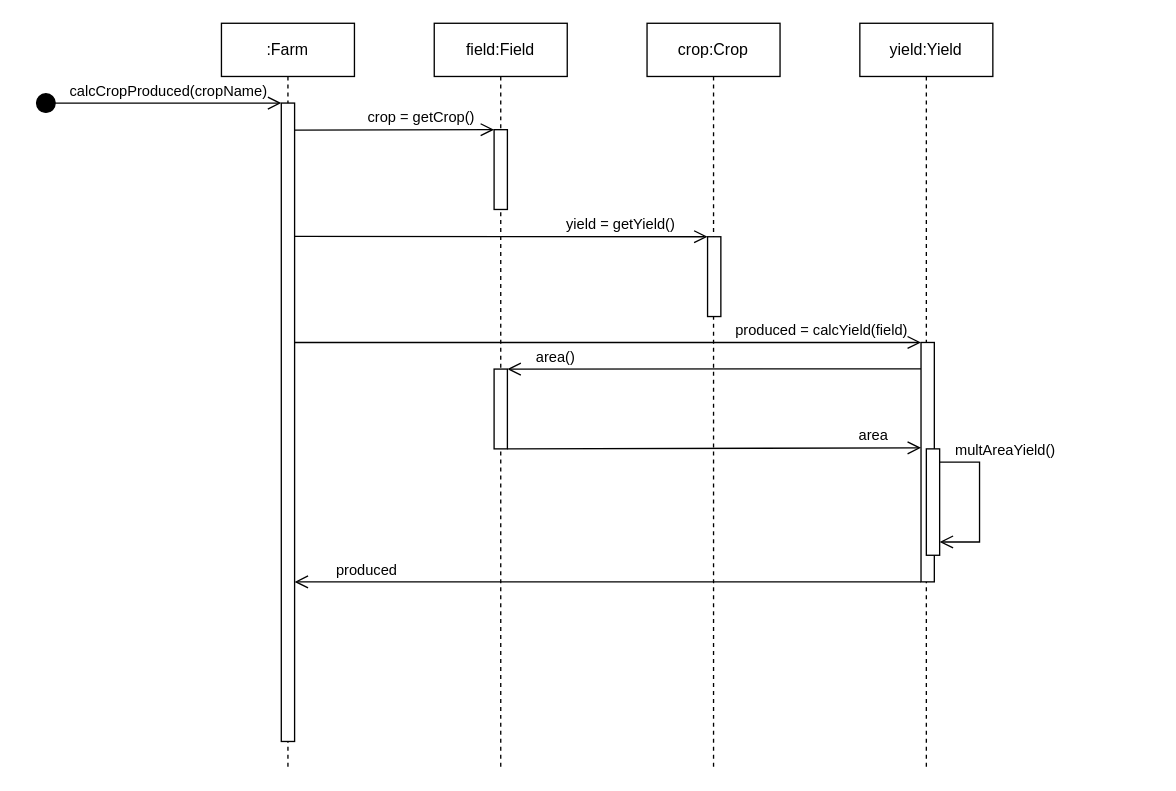
Above: page "CalcYield Sequence Diagram" (4 of 5) of Farm.drawio in ezratkim/CISC210draw.io (draw.io), before the change. Source tidied: cells renumbered, new cells numbered last; positions are measured from the earlier drawing's top-left corner, leaving out a move shared by most shapes. Both pictures are drawn from the tidied source at 133%, with x=0, y=0 at pixel (35, 23).
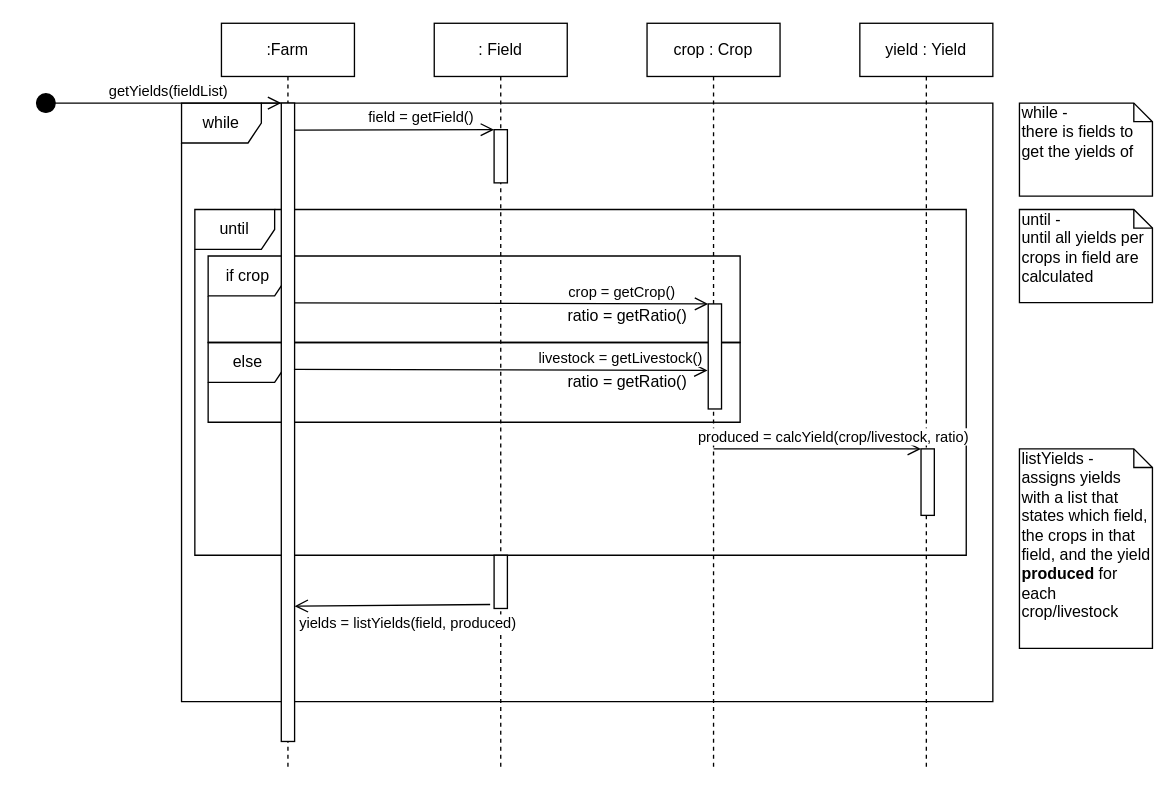
The same page after the edit.

The change refers to these unchanged cells:
```xml
<mxCell id="4" style="html=1;points=[];perimeter=orthogonalPerimeter;" parent="3" vertex="1">
  <mxGeometry x="45" y="60" width="10" height="480" as="geometry" />
</mxCell>
```

The edit, as a diff of the source:
```diff
@@
+    <mxCell id="20" value="while" style="shape=umlFrame;whiteSpace=wrap;html=1;" parent="1" vertex="1">
+      <mxGeometry x="110" y="60" width="610" height="450" as="geometry" />
+    </mxCell>
+    <mxCell id="21" value="until" style="shape=umlFrame;whiteSpace=wrap;html=1;" parent="1" vertex="1">
+      <mxGeometry x="120" y="140" width="580" height="260" as="geometry" />
+    </mxCell>
+    <mxCell id="22" value="else" style="shape=umlFrame;whiteSpace=wrap;html=1;" parent="1" vertex="1">
+      <mxGeometry x="130" y="240" width="400" height="60" as="geometry" />
+    </mxCell>
+    <mxCell id="23" value="if crop" style="shape=umlFrame;whiteSpace=wrap;html=1;" parent="1" vertex="1">
+      <mxGeometry x="130" y="175" width="400" height="65" as="geometry" />
+    </mxCell>
-    <mxCell id="2" value="calcCropProduced(cropName)" style="html=1;verticalAlign=bottom;startArrow=circle;startFill=1;endArrow=open;startSize=6;endSize=8;entryX=0;entryY=0;entryDx=0;entryDy=0;entryPerimeter=0;" parent="1" edge="1" target="4">
+    <mxCell id="2" value="getYields(fieldList)" style="html=1;verticalAlign=bottom;startArrow=circle;startFill=1;endArrow=open;startSize=6;endSize=8;entryX=0;entryY=0;entryDx=0;entryDy=0;entryPerimeter=0;" parent="1" edge="1" target="4">
       <mxGeometry x="0.08" relative="1" as="geometry">
         <mxPoint y="60" as="sourcePoint" />
       </mxGeometry>
     </mxCell>
@@
-    <mxCell id="5" value="crop = getCrop()" style="html=1;verticalAlign=bottom;endArrow=open;exitX=1;exitY=0.0425;exitDx=0;exitDy=0;exitPerimeter=0;endFill=0;endSize=8;entryX=0;entryY=0;entryDx=0;entryDy=0;entryPerimeter=0;" parent="1" edge="1" source="4" target="13">
+    <mxCell id="5" value="field = getField()" style="html=1;verticalAlign=bottom;endArrow=open;exitX=1;exitY=0.0425;exitDx=0;exitDy=0;exitPerimeter=0;endFill=0;endSize=8;entryX=0;entryY=0;entryDx=0;entryDy=0;entryPerimeter=0;" parent="1" edge="1" source="4" target="13">
       <mxGeometry x="0.27" relative="1" as="geometry" />
     </mxCell>
-    <mxCell id="6" value="yield:Yield" style="shape=umlLifeline;perimeter=lifelinePerimeter;whiteSpace=wrap;html=1;" parent="1" vertex="1">
+    <mxCell id="6" value="yield : Yield" style="shape=umlLifeline;perimeter=lifelinePerimeter;whiteSpace=wrap;html=1;" parent="1" vertex="1">
       <mxGeometry x="620" width="100" height="560" as="geometry" />
     </mxCell>
     <mxCell id="7" style="html=1;points=[];perimeter=orthogonalPerimeter;" parent="6" vertex="1">
-      <mxGeometry x="46" y="240" width="10" height="180" as="geometry" />
+      <mxGeometry x="46" y="320" width="10" height="50" as="geometry" />
     </mxCell>
-    <mxCell id="8" style="html=1;points=[];perimeter=orthogonalPerimeter;" parent="6" vertex="1">
-      <mxGeometry x="50" y="320" width="10" height="80" as="geometry" />
-    </mxCell>
-    <mxCell id="9" value="multAreaYield()" style="edgeStyle=orthogonalEdgeStyle;rounded=0;orthogonalLoop=1;jettySize=auto;html=1;endArrow=open;endFill=0;endSize=8;entryX=1;entryY=0.875;entryDx=0;entryDy=0;entryPerimeter=0;verticalAlign=bottom;align=left;" parent="6" edge="1" source="8" target="8">
-      <mxGeometry x="-0.83" relative="1" as="geometry">
-        <Array as="points">
-          <mxPoint x="90" y="330" />
-          <mxPoint x="90" y="390" />
-        </Array>
-      </mxGeometry>
-    </mxCell>
-    <mxCell id="10" value="crop:Crop" style="shape=umlLifeline;perimeter=lifelinePerimeter;whiteSpace=wrap;html=1;" parent="1" vertex="1">
+    <mxCell id="10" value="crop : Crop" style="shape=umlLifeline;perimeter=lifelinePerimeter;whiteSpace=wrap;html=1;" parent="1" vertex="1">
       <mxGeometry x="460" width="100" height="560" as="geometry" />
     </mxCell>
     <mxCell id="11" style="html=1;points=[];perimeter=orthogonalPerimeter;" parent="10" vertex="1">
-      <mxGeometry x="45.5" y="160.5" width="10" height="60" as="geometry" />
+      <mxGeometry x="46" y="211" width="10" height="79" as="geometry" />
     </mxCell>
-    <mxCell id="12" value="field:Field" style="shape=umlLifeline;perimeter=lifelinePerimeter;whiteSpace=wrap;html=1;" parent="1" vertex="1">
+    <mxCell id="12" value=": Field" style="shape=umlLifeline;perimeter=lifelinePerimeter;whiteSpace=wrap;html=1;" parent="1" vertex="1">
       <mxGeometry x="300" width="100" height="560" as="geometry" />
     </mxCell>
     <mxCell id="13" style="html=1;points=[];perimeter=orthogonalPerimeter;" parent="12" vertex="1">
-      <mxGeometry x="45" y="80" width="10" height="60" as="geometry" />
+      <mxGeometry x="45" y="80" width="10" height="40" as="geometry" />
     </mxCell>
-    <mxCell id="14" style="html=1;points=[];perimeter=orthogonalPerimeter;" parent="12" vertex="1">
-      <mxGeometry x="45" y="260" width="10" height="60" as="geometry" />
-    </mxCell>
-    <mxCell id="15" value="yield = getYield()" style="html=1;verticalAlign=bottom;endArrow=open;exitX=1;exitY=0.20875;exitDx=0;exitDy=0;exitPerimeter=0;endFill=0;endSize=8;entryX=0;entryY=0;entryDx=0;entryDy=0;entryPerimeter=0;" parent="1" edge="1" source="4" target="11">
-      <mxGeometry x="0.58" relative="1" as="geometry" />
+    <mxCell id="15" value="crop = getCrop()" style="html=1;verticalAlign=bottom;endArrow=open;exitX=1;exitY=0.20875;exitDx=0;exitDy=0;exitPerimeter=0;endFill=0;endSize=8;entryX=0;entryY=0;entryDx=0;entryDy=0;entryPerimeter=0;" parent="1" edge="1" target="11">
+      <mxGeometry x="0.58" relative="1" as="geometry">
+        <mxPoint x="195" y="210.2" as="sourcePoint" />
+      </mxGeometry>
     </mxCell>
-    <mxCell id="16" value="produced = calcYield(field)" style="html=1;verticalAlign=bottom;endArrow=open;exitX=1;exitY=0.375;exitDx=0;exitDy=0;exitPerimeter=0;endFill=0;endSize=8;entryX=0;entryY=0;entryDx=0;entryDy=0;entryPerimeter=0;" parent="1" edge="1" source="4" target="7">
-      <mxGeometry x="0.68" relative="1" as="geometry" />
+    <mxCell id="16" value="produced = calcYield(crop/livestock, ratio)" style="html=1;verticalAlign=bottom;endArrow=open;endFill=0;endSize=8;entryX=0;entryY=0;entryDx=0;entryDy=0;entryPerimeter=0;exitX=0.4;exitY=0.988;exitDx=0;exitDy=0;exitPerimeter=0;" parent="1" edge="1" target="7">
+      <mxGeometry x="0.15" relative="1" as="geometry">
+        <mxPoint x="510" y="320" as="sourcePoint" />
+      </mxGeometry>
     </mxCell>
-    <mxCell id="17" value="area()" style="html=1;verticalAlign=bottom;endArrow=open;endFill=0;endSize=8;entryX=1;entryY=0;entryDx=0;entryDy=0;entryPerimeter=0;exitX=0;exitY=0.11;exitDx=0;exitDy=0;exitPerimeter=0;" parent="1" edge="1" source="7" target="14">
-      <mxGeometry x="0.77" relative="1" as="geometry" />
-    </mxCell>
-    <mxCell id="18" value="area" style="html=1;verticalAlign=bottom;endArrow=open;endFill=0;endSize=8;exitX=1;exitY=1;exitDx=0;exitDy=0;exitPerimeter=0;entryX=0;entryY=0.44;entryDx=0;entryDy=0;entryPerimeter=0;" parent="1" edge="1" source="14" target="7">
-      <mxGeometry x="0.77" relative="1" as="geometry" />
-    </mxCell>
-    <mxCell id="19" value="produced" style="html=1;verticalAlign=bottom;endArrow=open;endFill=0;endSize=8;exitX=0;exitY=1;exitDx=0;exitDy=0;exitPerimeter=0;entryX=1;entryY=0.75;entryDx=0;entryDy=0;entryPerimeter=0;" parent="1" edge="1" source="7" target="4">
-      <mxGeometry x="0.77" relative="1" as="geometry" />
-    </mxCell>
+    <mxCell id="24" value="ratio = getRatio()" style="text;html=1;align=center;verticalAlign=middle;" parent="1" vertex="1">
+      <mxGeometry x="390" y="210" width="110" height="20" as="geometry" />
+    </mxCell>
+    <mxCell id="25" value="while -&lt;br&gt;there is fields to get the yields of" style="shape=note;whiteSpace=wrap;html=1;size=14;verticalAlign=top;align=left;spacingTop=-6;" parent="1" vertex="1">
+      <mxGeometry x="740" y="60" width="100" height="70" as="geometry" />
+    </mxCell>
+    <mxCell id="26" value="until -&lt;br&gt;until all yields per crops in field are calculated" style="shape=note;whiteSpace=wrap;html=1;size=14;verticalAlign=top;align=left;spacingTop=-6;" parent="1" vertex="1">
+      <mxGeometry x="740" y="140" width="100" height="70" as="geometry" />
+    </mxCell>
+    <mxCell id="27" value="yields = listYields(field, produced)" style="html=1;verticalAlign=bottom;endArrow=open;exitX=-0.3;exitY=0.925;exitDx=0;exitDy=0;exitPerimeter=0;endFill=0;endSize=8;entryX=1;entryY=0.788;entryDx=0;entryDy=0;entryPerimeter=0;" parent="1" edge="1" source="30" target="4">
+      <mxGeometry x="-0.15" y="22" relative="1" as="geometry" />
+    </mxCell>
+    <mxCell id="28" value="livestock = getLivestock()" style="html=1;verticalAlign=bottom;endArrow=open;exitX=1;exitY=0.20875;exitDx=0;exitDy=0;exitPerimeter=0;endFill=0;endSize=8;entryX=0;entryY=0;entryDx=0;entryDy=0;entryPerimeter=0;" parent="1" edge="1">
+      <mxGeometry x="0.58" relative="1" as="geometry">
+        <mxPoint x="194.5" y="260.2" as="sourcePoint" />
+        <mxPoint x="505.5" y="261" as="targetPoint" />
+      </mxGeometry>
+    </mxCell>
+    <mxCell id="29" value="ratio = getRatio()" style="text;html=1;align=center;verticalAlign=middle;" parent="1" vertex="1">
+      <mxGeometry x="389.5" y="260" width="110" height="20" as="geometry" />
+    </mxCell>
+    <mxCell id="30" style="html=1;points=[];perimeter=orthogonalPerimeter;" parent="1" vertex="1">
+      <mxGeometry x="345" y="400" width="10" height="40" as="geometry" />
+    </mxCell>
+    <mxCell id="31" value="listYields - assigns yields with a list that states which field, the crops in that field, and the yield &lt;b&gt;produced&lt;/b&gt;&amp;nbsp;for each crop/livestock" style="shape=note;whiteSpace=wrap;html=1;size=14;verticalAlign=top;align=left;spacingTop=-6;" parent="1" vertex="1">
+      <mxGeometry x="740" y="320" width="100" height="150" as="geometry" />
+    </mxCell>
```
